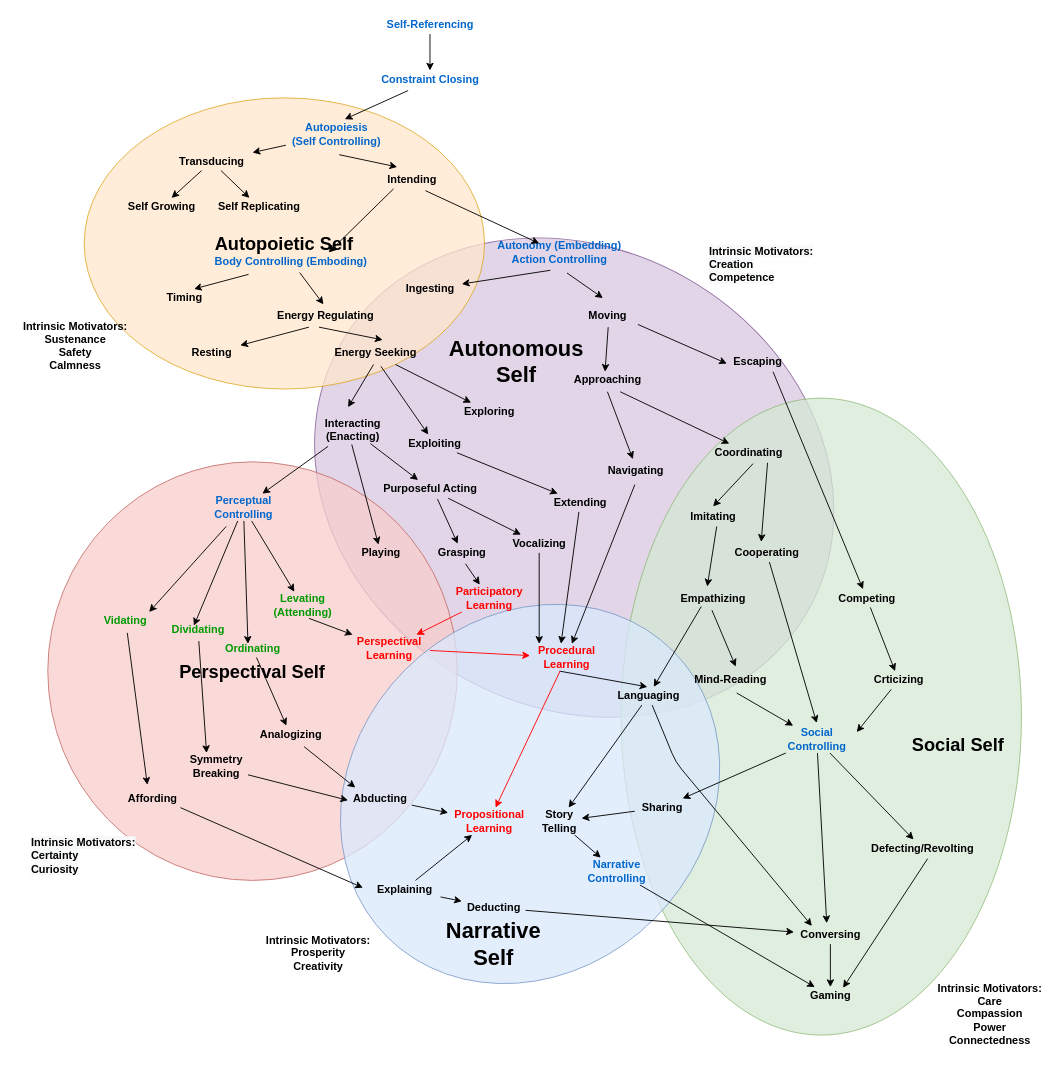
Above: autopoiesis_evolution.drawio in codeaudit/1 (draw.io), before the change. Source tidied: cells renumbered, new cells numbered last; positions are measured from the earlier drawing's top-left corner, leaving out a move shared by most shapes. Both pictures are drawn from the tidied source at 91%, with x=0, y=0 at pixel (15, 15).
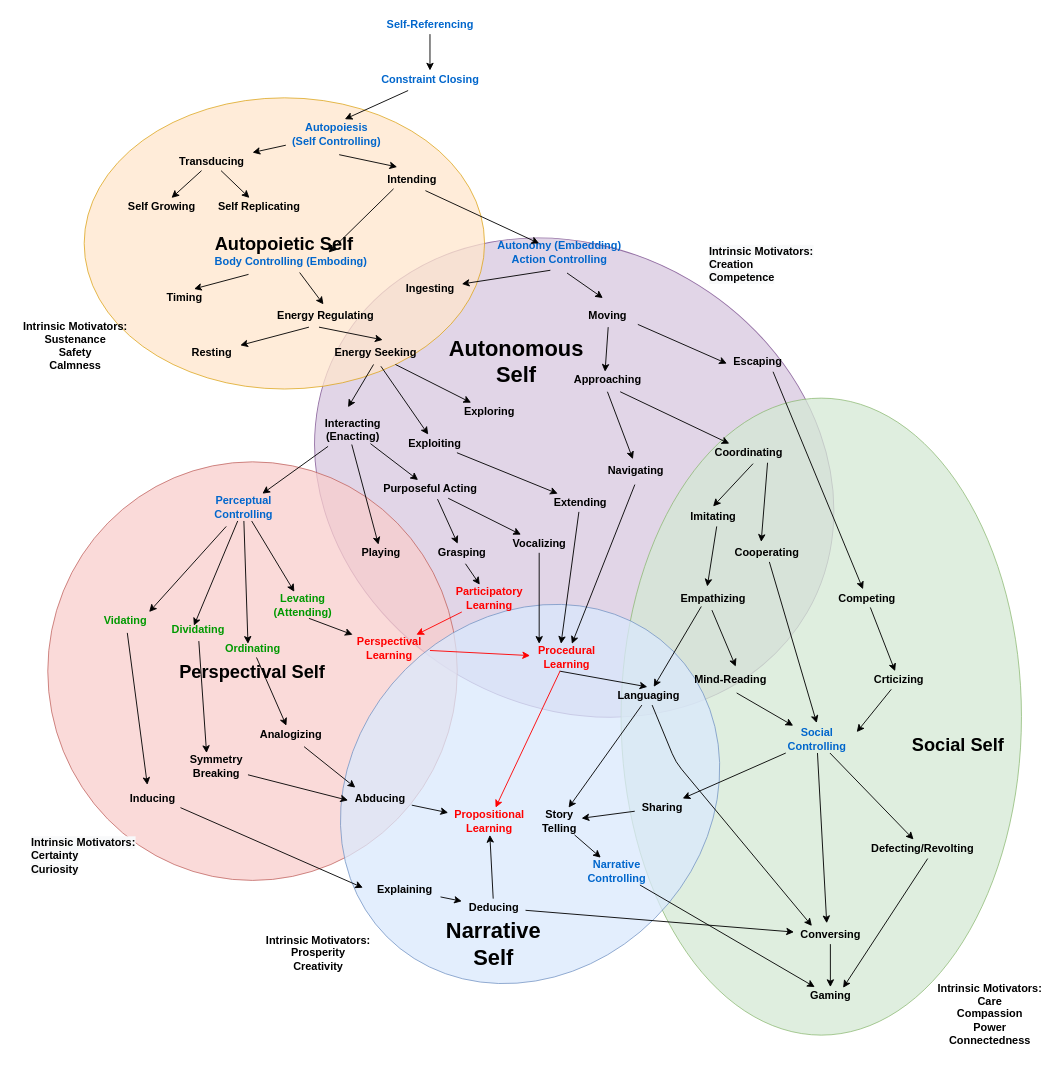
After the change.

Unchanged cells that the change refers to:
```xml
<mxCell id="32" value="Propositional&lt;br&gt;Learning" style="text;html=1;align=center;verticalAlign=middle;points=[];fontStyle=1;fontColor=#FF0000;" parent="1" vertex="1">
  <mxGeometry x="475" y="870" width="90" height="30" as="geometry" />
</mxCell>
<mxCell id="87" value="Explaining" style="text;html=1;align=center;verticalAlign=middle;points=[];fontStyle=1;" parent="1" vertex="1">
  <mxGeometry x="386.6" y="950" width="80" height="20" as="geometry" />
</mxCell>
```

Diff of the diagram source:
```diff
@@
-    <mxCell id="84" value="Affording" style="text;html=1;align=center;verticalAlign=middle;points=[];fontStyle=1;" parent="1" vertex="1">
+    <mxCell id="84" value="Inducing" style="text;html=1;align=center;verticalAlign=middle;points=[];fontStyle=1;" parent="1" vertex="1">
       <mxGeometry x="115" y="850" width="70" height="20" as="geometry" />
     </mxCell>
@@
-    <mxCell id="86" value="Abducting" style="text;html=1;align=center;verticalAlign=middle;points=[];fontStyle=1;" parent="1" vertex="1">
+    <mxCell id="86" value="Abducing" style="text;html=1;align=center;verticalAlign=middle;points=[];fontStyle=1;" parent="1" vertex="1">
       <mxGeometry x="365" y="850" width="70" height="20" as="geometry" />
     </mxCell>
@@
-    <mxCell id="92" value="&lt;b&gt;Deducting&lt;br&gt;&lt;/b&gt;" style="text;html=1;align=center;verticalAlign=middle;points=[];" parent="1" vertex="1">
+    <mxCell id="92" value="&lt;b&gt;Deducing&lt;br&gt;&lt;/b&gt;" style="text;html=1;align=center;verticalAlign=middle;points=[];" parent="1" vertex="1">
       <mxGeometry x="490" y="970" width="70" height="20" as="geometry" />
     </mxCell>
@@
-    <mxCell id="117" style="endArrow=classic;html=1;" parent="1" edge="1" source="87" target="32">
+    <mxCell id="117" style="endArrow=classic;html=1;" parent="1" edge="1" source="92" target="32">
       <mxGeometry relative="1" as="geometry" />
     </mxCell>
```
